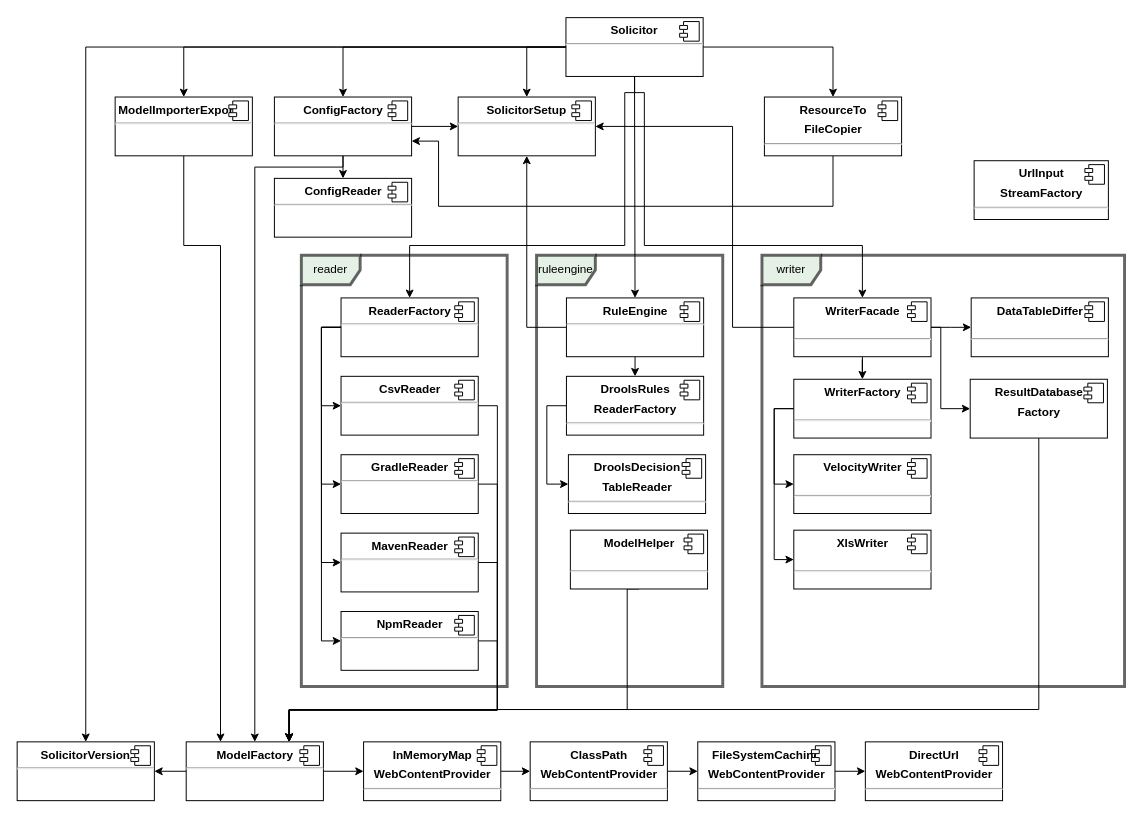
The draw.io diagram src/main/java/com/devonfw/tools/solicitor/doc-files/solicitor_beans.drawio in devonfw/solicitor, before the edit. Source tidied: cells renumbered, new cells numbered last; positions are measured from the earlier drawing's top-left corner, leaving out a move shared by most shapes. Both pictures are drawn from the tidied source at 98%, with x=0, y=0 at pixel (17, 18).
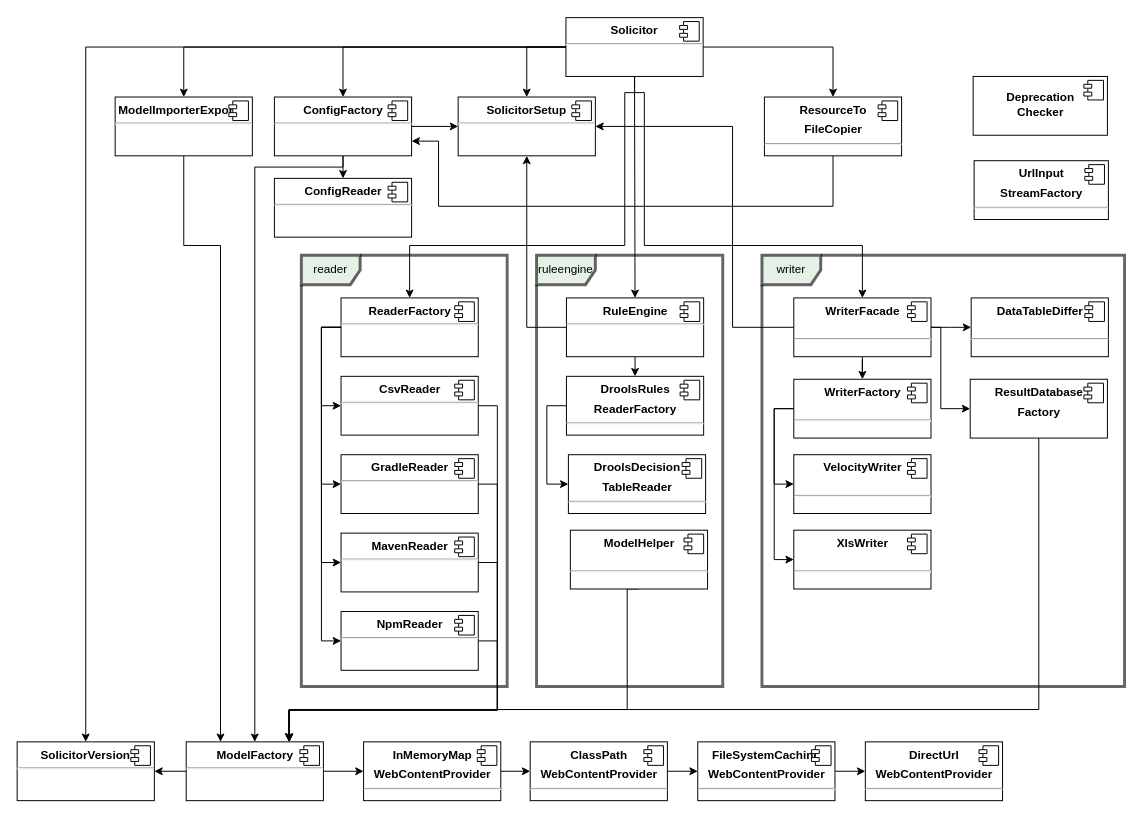
The same diagram, later.

Diff of the diagram source:
```diff
@@
+    <mxCell id="98" value="&lt;b&gt;&lt;br&gt;Deprecation&lt;br&gt;Checker&lt;br&gt;&lt;/b&gt;&lt;p style=&quot;margin: 6px 0px 0px&quot;&gt;&lt;/p&gt;" style="align=center;overflow=fill;html=1;rotation=0;verticalAlign=middle;" parent="1" vertex="1">
+      <mxGeometry x="975.5" y="59.5" width="137" height="60" as="geometry" />
+    </mxCell>
+    <mxCell id="99" style="shape=component;jettyWidth=8;jettyHeight=4;" parent="98" vertex="1">
+      <mxGeometry x="1" width="20" height="20" relative="1" as="geometry">
+        <mxPoint x="-24" y="4" as="offset" />
+      </mxGeometry>
+    </mxCell>
```
